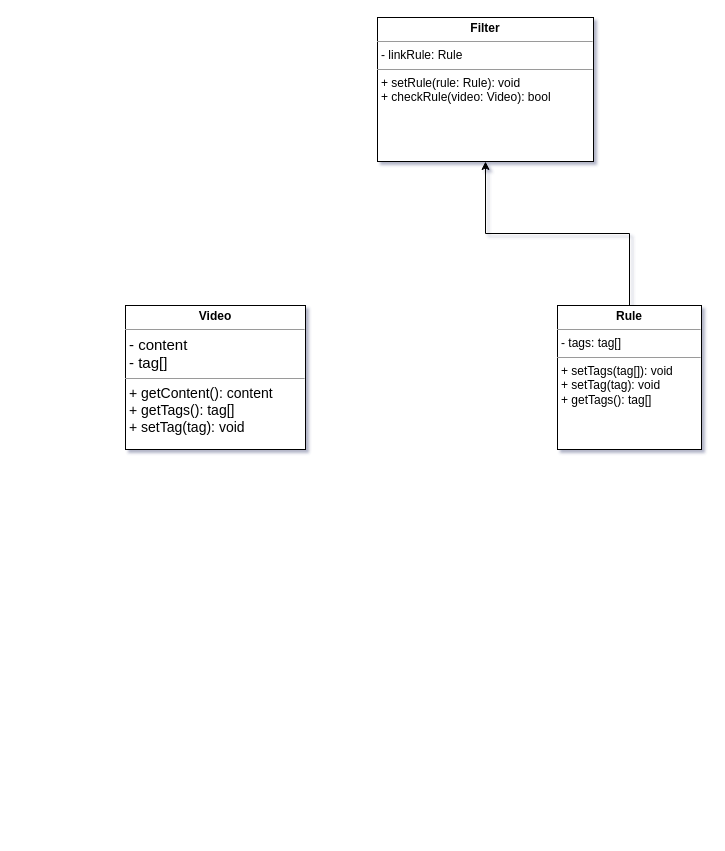
The draw.io diagram uml_diagram/Untitled Diagram.drawio in lenow55/video_filters, before the edit. Source tidied: cells renumbered, new cells numbered last; positions are measured from the earlier drawing's top-left corner, leaving out a move shared by most shapes. Both pictures are drawn from the tidied source at 100%, with x=0, y=0 at pixel (125, 17).
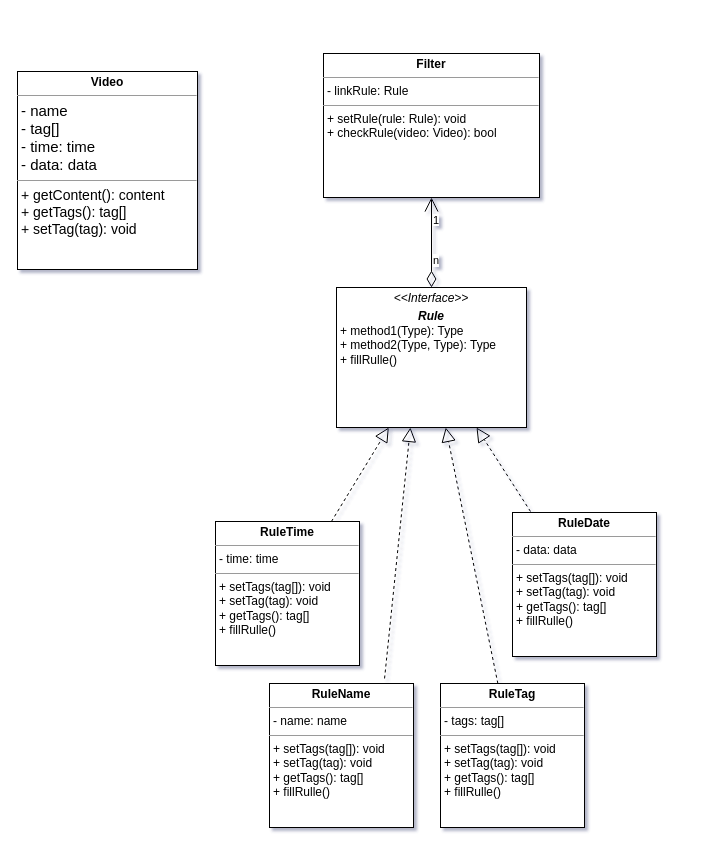
After the change.

Change to the diagram source:
```diff
@@
 <mxGraphModel shadow="1">
   <root>
     <mxCell id="0" />
     <mxCell id="1" parent="0" />
-    <mxCell id="2" style="edgeStyle=orthogonalEdgeStyle;rounded=0;jettySize=auto;html=1;fontSize=14;" parent="1" edge="1" source="3" target="4">
-      <mxGeometry relative="1" as="geometry" />
-    </mxCell>
-    <mxCell id="3" value="&lt;p style=&quot;margin: 0px ; margin-top: 4px ; text-align: center&quot;&gt;&lt;b&gt;Rule&lt;/b&gt;&lt;/p&gt;&lt;hr size=&quot;1&quot;&gt;&lt;p style=&quot;margin: 0px ; margin-left: 4px&quot;&gt;- tags: tag[]&lt;/p&gt;&lt;hr size=&quot;1&quot;&gt;&lt;p style=&quot;margin: 0px ; margin-left: 4px&quot;&gt;+ setTags(tag[]): void&lt;/p&gt;&lt;p style=&quot;margin: 0px ; margin-left: 4px&quot;&gt;+ setTag(tag): void&lt;/p&gt;&lt;p style=&quot;margin: 0px ; margin-left: 4px&quot;&gt;+ getTags(): tag[]&lt;/p&gt;" style="verticalAlign=top;align=left;overflow=fill;fontSize=12;fontFamily=Helvetica;html=1;" parent="1" vertex="1">
-      <mxGeometry x="432" y="288" width="144" height="144" as="geometry" />
+    <mxCell id="3" value="&lt;p style=&quot;margin: 0px ; margin-top: 4px ; text-align: center&quot;&gt;&lt;b&gt;RuleTag&lt;/b&gt;&lt;/p&gt;&lt;hr size=&quot;1&quot;&gt;&lt;p style=&quot;margin: 0px ; margin-left: 4px&quot;&gt;- tags: tag[]&lt;/p&gt;&lt;hr size=&quot;1&quot;&gt;&lt;p style=&quot;margin: 0px ; margin-left: 4px&quot;&gt;+ setTags(tag[]): void&lt;/p&gt;&lt;p style=&quot;margin: 0px ; margin-left: 4px&quot;&gt;+ setTag(tag): void&lt;/p&gt;&lt;p style=&quot;margin: 0px ; margin-left: 4px&quot;&gt;+ getTags(): tag[]&lt;/p&gt;&lt;p style=&quot;margin: 0px ; margin-left: 4px&quot;&gt;+ fillRulle()&lt;br&gt;&lt;/p&gt;" style="verticalAlign=top;align=left;overflow=fill;fontSize=12;fontFamily=Helvetica;html=1;" parent="1" vertex="1">
+      <mxGeometry x="315" y="666" width="144" height="144" as="geometry" />
     </mxCell>
     <mxCell id="4" value="&lt;p style=&quot;margin: 0px ; margin-top: 4px ; text-align: center&quot;&gt;&lt;b&gt;Filter&lt;/b&gt;&lt;/p&gt;&lt;hr size=&quot;1&quot;&gt;&lt;p style=&quot;margin: 0px ; margin-left: 4px&quot;&gt;- linkRule: Rule&lt;/p&gt;&lt;hr size=&quot;1&quot;&gt;&lt;p style=&quot;margin: 0px ; margin-left: 4px&quot;&gt;+ setRule(rule: Rule): void&lt;/p&gt;&lt;p style=&quot;margin: 0px ; margin-left: 4px&quot;&gt;+ checkRule(video: Video): bool&lt;/p&gt;" style="verticalAlign=top;align=left;overflow=fill;fontSize=12;fontFamily=Helvetica;html=1;" parent="1" vertex="1">
-      <mxGeometry x="252" width="216" height="144" as="geometry" />
+      <mxGeometry x="198" y="36" width="216" height="144" as="geometry" />
     </mxCell>
-    <mxCell id="5" value="&lt;p style=&quot;margin: 0px ; margin-top: 4px ; text-align: center&quot;&gt;&lt;b&gt;Video&lt;/b&gt;&lt;/p&gt;&lt;hr size=&quot;1&quot;&gt;&lt;p style=&quot;margin: 0px ; margin-left: 4px&quot;&gt;&lt;span style=&quot;font-size: 15px&quot;&gt;- content&lt;/span&gt;&lt;br style=&quot;padding: 0px ; margin: 0px ; font-size: 15px&quot;&gt;&lt;span style=&quot;font-size: 15px&quot;&gt;- tag[]&lt;/span&gt;&lt;br&gt;&lt;/p&gt;&lt;hr size=&quot;1&quot;&gt;&lt;p style=&quot;margin: 0px ; margin-left: 4px&quot;&gt;&lt;span style=&quot;font-size: 14px&quot;&gt;+ getContent(): content&lt;/span&gt;&lt;br style=&quot;padding: 0px ; margin: 0px ; font-size: 14px&quot;&gt;&lt;span style=&quot;font-size: 14px&quot;&gt;+ getTags(): tag[]&lt;/span&gt;&lt;br&gt;&lt;/p&gt;&lt;p style=&quot;margin: 0px ; margin-left: 4px&quot;&gt;&lt;span style=&quot;font-size: 14px&quot;&gt;+ setTag(tag): void&lt;/span&gt;&lt;span style=&quot;font-size: 14px&quot;&gt;&lt;br&gt;&lt;/span&gt;&lt;/p&gt;&lt;p style=&quot;margin: 0px ; margin-left: 4px&quot;&gt;&lt;span style=&quot;font-size: 14px&quot;&gt;&lt;br&gt;&lt;/span&gt;&lt;/p&gt;" style="verticalAlign=top;align=left;overflow=fill;fontSize=12;fontFamily=Helvetica;html=1;" parent="1" vertex="1">
-      <mxGeometry y="288" width="180" height="144" as="geometry" />
+    <mxCell id="5" value="&lt;p style=&quot;margin: 0px ; margin-top: 4px ; text-align: center&quot;&gt;&lt;b&gt;Video&lt;/b&gt;&lt;/p&gt;&lt;hr size=&quot;1&quot;&gt;&lt;p style=&quot;margin: 0px ; margin-left: 4px&quot;&gt;&lt;span style=&quot;font-size: 15px&quot;&gt;- name&lt;/span&gt;&lt;br style=&quot;padding: 0px ; margin: 0px ; font-size: 15px&quot;&gt;&lt;span style=&quot;font-size: 15px&quot;&gt;- tag[]&lt;/span&gt;&lt;br&gt;&lt;/p&gt;&lt;p style=&quot;margin: 0px ; margin-left: 4px&quot;&gt;&lt;span style=&quot;font-size: 15px&quot;&gt;- time: time&lt;/span&gt;&lt;/p&gt;&lt;p style=&quot;margin: 0px ; margin-left: 4px&quot;&gt;&lt;span style=&quot;font-size: 15px&quot;&gt;- data: data&lt;/span&gt;&lt;/p&gt;&lt;hr size=&quot;1&quot;&gt;&lt;p style=&quot;margin: 0px ; margin-left: 4px&quot;&gt;&lt;span style=&quot;font-size: 14px&quot;&gt;+ getContent(): content&lt;/span&gt;&lt;br style=&quot;padding: 0px ; margin: 0px ; font-size: 14px&quot;&gt;&lt;span style=&quot;font-size: 14px&quot;&gt;+ getTags(): tag[]&lt;/span&gt;&lt;br&gt;&lt;/p&gt;&lt;p style=&quot;margin: 0px ; margin-left: 4px&quot;&gt;&lt;span style=&quot;font-size: 14px&quot;&gt;+ setTag(tag): void&lt;/span&gt;&lt;span style=&quot;font-size: 14px&quot;&gt;&lt;br&gt;&lt;/span&gt;&lt;/p&gt;&lt;p style=&quot;margin: 0px ; margin-left: 4px&quot;&gt;&lt;span style=&quot;font-size: 14px&quot;&gt;&lt;br&gt;&lt;/span&gt;&lt;/p&gt;" style="verticalAlign=top;align=left;overflow=fill;fontSize=12;fontFamily=Helvetica;html=1;" parent="1" vertex="1">
+      <mxGeometry x="-108" y="54" width="180" height="198" as="geometry" />
     </mxCell>
+    <mxCell id="6" value="&lt;p style=&quot;margin: 0px ; margin-top: 4px ; text-align: center&quot;&gt;&lt;i&gt;&amp;lt;&amp;lt;Interface&amp;gt;&amp;gt;&lt;/i&gt;&lt;br&gt;&lt;/p&gt;&lt;p style=&quot;margin: 0px ; margin-top: 4px ; text-align: center&quot;&gt;&lt;i&gt;&lt;b&gt;Rule&lt;/b&gt;&lt;/i&gt;&lt;/p&gt;&lt;p style=&quot;margin: 0px ; margin-left: 4px&quot;&gt;&lt;/p&gt;&lt;p style=&quot;margin: 0px ; margin-left: 4px&quot;&gt;+ method1(Type): Type&lt;br&gt;+ method2(Type, Type): Type&lt;/p&gt;&lt;p style=&quot;margin: 0px ; margin-left: 4px&quot;&gt;+ fillRulle()&lt;/p&gt;" style="verticalAlign=top;align=left;overflow=fill;fontSize=12;fontFamily=Helvetica;html=1;" parent="1" vertex="1">
+      <mxGeometry x="211" y="270" width="190" height="140" as="geometry" />
+    </mxCell>
+    <mxCell id="7" value="&lt;p style=&quot;margin: 0px ; margin-top: 4px ; text-align: center&quot;&gt;&lt;b&gt;RuleDate&lt;/b&gt;&lt;/p&gt;&lt;hr size=&quot;1&quot;&gt;&lt;p style=&quot;margin: 0px ; margin-left: 4px&quot;&gt;- data: data&lt;/p&gt;&lt;hr size=&quot;1&quot;&gt;&lt;p style=&quot;margin: 0px ; margin-left: 4px&quot;&gt;+ setTags(tag[]): void&lt;/p&gt;&lt;p style=&quot;margin: 0px ; margin-left: 4px&quot;&gt;+ setTag(tag): void&lt;/p&gt;&lt;p style=&quot;margin: 0px ; margin-left: 4px&quot;&gt;+ getTags(): tag[]&lt;/p&gt;&lt;p style=&quot;margin: 0px ; margin-left: 4px&quot;&gt;+ fillRulle()&lt;br&gt;&lt;/p&gt;" style="verticalAlign=top;align=left;overflow=fill;fontSize=12;fontFamily=Helvetica;html=1;" parent="1" vertex="1">
+      <mxGeometry x="387" y="495" width="144" height="144" as="geometry" />
+    </mxCell>
+    <mxCell id="8" value="&lt;p style=&quot;margin: 0px ; margin-top: 4px ; text-align: center&quot;&gt;&lt;b&gt;RuleTime&lt;/b&gt;&lt;/p&gt;&lt;hr size=&quot;1&quot;&gt;&lt;p style=&quot;margin: 0px ; margin-left: 4px&quot;&gt;- time: time&lt;/p&gt;&lt;hr size=&quot;1&quot;&gt;&lt;p style=&quot;margin: 0px ; margin-left: 4px&quot;&gt;+ setTags(tag[]): void&lt;/p&gt;&lt;p style=&quot;margin: 0px ; margin-left: 4px&quot;&gt;+ setTag(tag): void&lt;/p&gt;&lt;p style=&quot;margin: 0px ; margin-left: 4px&quot;&gt;+ getTags(): tag[]&lt;/p&gt;&lt;p style=&quot;margin: 0px ; margin-left: 4px&quot;&gt;+ fillRulle()&lt;br&gt;&lt;/p&gt;" style="verticalAlign=top;align=left;overflow=fill;fontSize=12;fontFamily=Helvetica;html=1;" parent="1" vertex="1">
+      <mxGeometry x="90" y="504" width="144" height="144" as="geometry" />
+    </mxCell>
+    <mxCell id="9" style="endArrow=block;dashed=1;endFill=0;endSize=12;html=1;rounded=0;" parent="1" edge="1" source="8" target="6">
+      <mxGeometry relative="1" as="geometry" />
+    </mxCell>
+    <mxCell id="10" style="endArrow=block;dashed=1;endFill=0;endSize=12;html=1;rounded=0;exitX=0.125;exitY=-0.007;exitDx=0;exitDy=0;exitPerimeter=0;" parent="1" edge="1" source="7" target="6">
+      <mxGeometry relative="1" as="geometry" />
+    </mxCell>
+    <mxCell id="11" style="endArrow=block;dashed=1;endFill=0;endSize=12;html=1;rounded=0;" parent="1" edge="1" source="3" target="6">
+      <mxGeometry relative="1" as="geometry" />
+    </mxCell>
+    <mxCell id="12" value="n" style="endArrow=open;html=1;endSize=12;startArrow=diamondThin;startSize=14;startFill=0;edgeStyle=orthogonalEdgeStyle;align=left;verticalAlign=bottom;rounded=0;entryX=0.5;entryY=1;entryDx=0;entryDy=0;exitX=0.5;exitY=0;exitDx=0;exitDy=0;" parent="1" edge="1" source="6" target="4">
+      <mxGeometry x="-0.6" relative="1" as="geometry" />
+    </mxCell>
+    <mxCell id="13" value="&lt;font face=&quot;helvetica&quot;&gt;&lt;span style=&quot;font-size: 11px ; background-color: rgb(255 , 255 , 255)&quot;&gt;1&lt;/span&gt;&lt;/font&gt;" style="text;whiteSpace=wrap;html=1;" parent="1" vertex="1">
+      <mxGeometry x="306" y="189" width="27" height="27" as="geometry" />
+    </mxCell>
+    <mxCell id="14" value="&lt;p style=&quot;margin: 0px ; margin-top: 4px ; text-align: center&quot;&gt;&lt;b&gt;RuleName&lt;/b&gt;&lt;/p&gt;&lt;hr size=&quot;1&quot;&gt;&lt;p style=&quot;margin: 0px ; margin-left: 4px&quot;&gt;- name: name&lt;/p&gt;&lt;hr size=&quot;1&quot;&gt;&lt;p style=&quot;margin: 0px ; margin-left: 4px&quot;&gt;+ setTags(tag[]): void&lt;/p&gt;&lt;p style=&quot;margin: 0px ; margin-left: 4px&quot;&gt;+ setTag(tag): void&lt;/p&gt;&lt;p style=&quot;margin: 0px ; margin-left: 4px&quot;&gt;+ getTags(): tag[]&lt;/p&gt;&lt;p style=&quot;margin: 0px ; margin-left: 4px&quot;&gt;+ fillRulle()&lt;br&gt;&lt;/p&gt;" style="verticalAlign=top;align=left;overflow=fill;fontSize=12;fontFamily=Helvetica;html=1;" parent="1" vertex="1">
+      <mxGeometry x="144" y="666" width="144" height="144" as="geometry" />
+    </mxCell>
+    <mxCell id="15" style="endArrow=block;dashed=1;endFill=0;endSize=12;html=1;rounded=0;exitX=0.799;exitY=-0.035;exitDx=0;exitDy=0;exitPerimeter=0;entryX=0.389;entryY=1;entryDx=0;entryDy=0;entryPerimeter=0;" parent="1" edge="1" source="14" target="6">
+      <mxGeometry relative="1" as="geometry" />
+    </mxCell>
   </root>
 </mxGraphModel>
```
